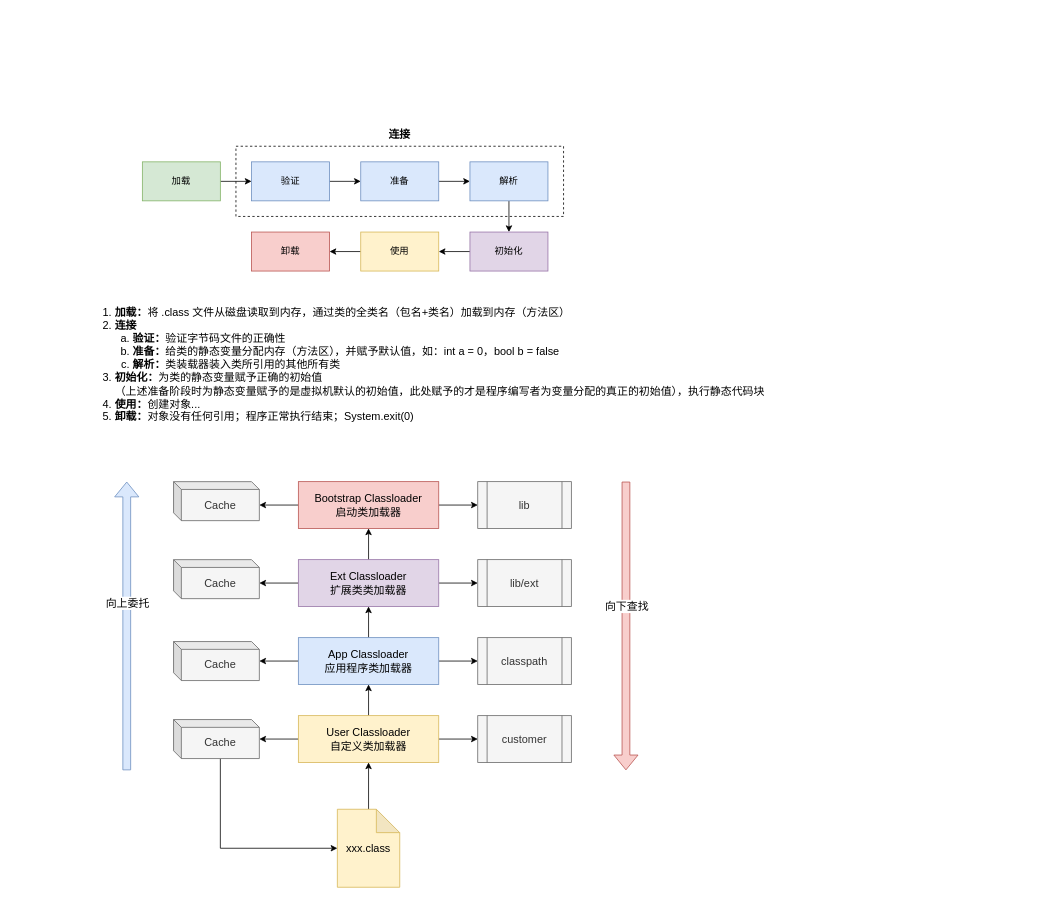
This is jvm/class-loader.drawio from thebesteric/draw.io, a draw.io file, before an edit. Source tidied: cells renumbered, new cells numbered last; positions are measured from the earlier drawing's top-left corner, leaving out a move shared by most shapes. Both pictures are drawn from the tidied source at 78%, with x=0, y=0 at pixel (95, 122).
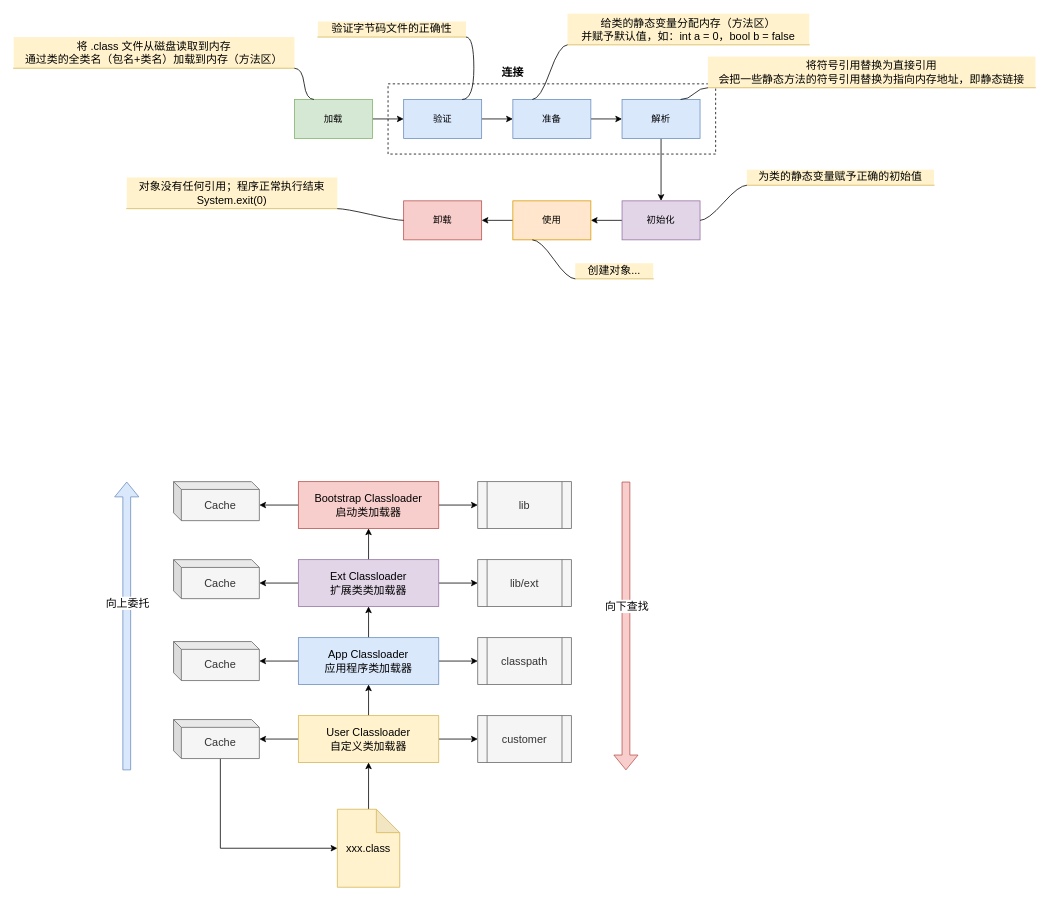
After the change.

What changed in the source:
```diff
@@
     <mxCell id="2" style="rounded=0;whiteSpace=wrap;html=1;dashed=1;" parent="1" vertex="1">
-      <mxGeometry x="180" y="30" width="420" height="90" as="geometry" />
+      <mxGeometry x="375" y="-50" width="420" height="90" as="geometry" />
     </mxCell>
@@
     <mxCell id="4" value="加载" style="rounded=0;whiteSpace=wrap;html=1;fillColor=#d5e8d4;strokeColor=#82b366;" parent="1" vertex="1">
-      <mxGeometry x="60" y="50" width="100" height="50" as="geometry" />
+      <mxGeometry x="255" y="-30" width="100" height="50" as="geometry" />
     </mxCell>
@@
     <mxCell id="6" value="验证" style="rounded=0;whiteSpace=wrap;html=1;fillColor=#dae8fc;strokeColor=#6c8ebf;" parent="1" vertex="1">
-      <mxGeometry x="200" y="50" width="100" height="50" as="geometry" />
+      <mxGeometry x="395" y="-30" width="100" height="50" as="geometry" />
     </mxCell>
@@
     <mxCell id="8" value="准备" style="rounded=0;whiteSpace=wrap;html=1;fillColor=#dae8fc;strokeColor=#6c8ebf;" parent="1" vertex="1">
-      <mxGeometry x="340" y="50" width="100" height="50" as="geometry" />
+      <mxGeometry x="535" y="-30" width="100" height="50" as="geometry" />
     </mxCell>
@@
     <mxCell id="10" value="解析" style="rounded=0;whiteSpace=wrap;html=1;fillColor=#dae8fc;strokeColor=#6c8ebf;" parent="1" vertex="1">
-      <mxGeometry x="480" y="50" width="100" height="50" as="geometry" />
+      <mxGeometry x="675" y="-30" width="100" height="50" as="geometry" />
     </mxCell>
@@
     <mxCell id="12" value="初始化" style="rounded=0;whiteSpace=wrap;html=1;fillColor=#e1d5e7;strokeColor=#9673a6;" parent="1" vertex="1">
-      <mxGeometry x="480" y="140" width="100" height="50" as="geometry" />
+      <mxGeometry x="675" y="100" width="100" height="50" as="geometry" />
     </mxCell>
@@
-    <mxCell id="14" value="使用" style="rounded=0;whiteSpace=wrap;html=1;fillColor=#fff2cc;strokeColor=#d6b656;" parent="1" vertex="1">
-      <mxGeometry x="340" y="140" width="100" height="50" as="geometry" />
+    <mxCell id="14" value="使用" style="rounded=0;whiteSpace=wrap;html=1;fillColor=#ffe6cc;strokeColor=#d79b00;" parent="1" vertex="1">
+      <mxGeometry x="535" y="100" width="100" height="50" as="geometry" />
     </mxCell>
     <mxCell id="15" value="卸载" style="rounded=0;whiteSpace=wrap;html=1;fillColor=#f8cecc;strokeColor=#b85450;" parent="1" vertex="1">
-      <mxGeometry x="200" y="140" width="100" height="50" as="geometry" />
+      <mxGeometry x="395" y="100" width="100" height="50" as="geometry" />
     </mxCell>
     <mxCell id="16" value="连接" style="text;html=1;strokeColor=none;fillColor=none;align=center;verticalAlign=middle;whiteSpace=wrap;rounded=0;dashed=1;fontStyle=1;fontSize=14;" parent="1" vertex="1">
-      <mxGeometry x="360" width="60" height="30" as="geometry" />
+      <mxGeometry x="505" y="-80" width="60" height="30" as="geometry" />
     </mxCell>
-    <mxCell id="17" value="&lt;div class=&quot;lake-content&quot;&gt;&lt;ol class=&quot;ne-ol&quot; style=&quot;margin: 0 ; padding-left: 23px&quot;&gt;&lt;li id=&quot;e01dd4caaf4bbcb19580e761bf207161_li_0&quot;&gt;&lt;strong&gt;加载：&lt;/strong&gt;&lt;span class=&quot;ne-text&quot;&gt;将 .class 文件从磁盘读取到内存，通过类的全类名（包名+类名）加载到内存（方法区）&lt;/span&gt;&lt;/li&gt;&lt;li id=&quot;1376f3cae4efca749c3eb792e5f71e69_li_1&quot;&gt;&lt;strong&gt;连接&lt;/strong&gt;&lt;/li&gt;&lt;/ol&gt;&lt;ol class=&quot;ne-list-wrap&quot; style=&quot;margin: 0 ; padding-left: 23px ; list-style: none&quot;&gt;&lt;ol class=&quot;ne-ol&quot; style=&quot;margin: 0 ; padding-left: 23px ; list-style: lower-alpha&quot;&gt;&lt;li id=&quot;c0ce566b4e61ea8c8279e6e2c2a037f5_li_2&quot;&gt;&lt;strong&gt;验证：&lt;/strong&gt;&lt;span class=&quot;ne-text&quot;&gt;验证字节码文件的正确性&lt;/span&gt;&lt;/li&gt;&lt;li id=&quot;27653aad46146d265d1297ba561fbb0e_li_3&quot;&gt;&lt;strong&gt;准备：&lt;/strong&gt;&lt;span class=&quot;ne-text&quot;&gt;给类的静态变量分配内存（方法区），并赋予默认值，如：int a = 0，bool b = false&lt;/span&gt;&lt;/li&gt;&lt;/ol&gt;&lt;/ol&gt;&lt;ol class=&quot;ne-list-wrap&quot; style=&quot;margin: 0 ; padding-left: 23px ; list-style: none&quot;&gt;&lt;ol start=&quot;3&quot; class=&quot;ne-ol&quot; style=&quot;margin: 0 ; padding-left: 23px ; list-style: lower-alpha&quot;&gt;&lt;li id=&quot;f4ca2ff20ffba264e961633a22337f1b_li_4&quot;&gt;&lt;strong&gt;解析：&lt;/strong&gt;&lt;span class=&quot;ne-text&quot;&gt;类装载器装入类所引用的其他所有类&lt;/span&gt;&lt;/li&gt;&lt;/ol&gt;&lt;/ol&gt;&lt;ol start=&quot;3&quot; class=&quot;ne-ol&quot; style=&quot;margin: 0 ; padding-left: 23px&quot;&gt;&lt;li id=&quot;cc8603f72250bb791c1f71b9885f6fb0_li_5&quot;&gt;&lt;strong&gt;初始化：&lt;/strong&gt;&lt;span class=&quot;ne-text&quot;&gt;为类的静态变量赋予正确的初始值&lt;br&gt;&lt;/span&gt;（上述准备阶段时为静态变量赋予的是虚拟机默认的初始值，此处赋予的才是程序编写者为变量分配的真正的初始值），执行静态代码块&lt;/li&gt;&lt;li id=&quot;52f4c19d991faaf21ce4c8ce4be0ca44_li_6&quot;&gt;&lt;strong&gt;使用：&lt;/strong&gt;&lt;span class=&quot;ne-text&quot;&gt;创建对象...&lt;/span&gt;&lt;/li&gt;&lt;/ol&gt;&lt;ol start=&quot;5&quot; class=&quot;ne-ol&quot; style=&quot;margin: 0 ; padding-left: 23px&quot;&gt;&lt;li id=&quot;da6a18f044af6619fe6505e78f0f56a7_li_7&quot;&gt;&lt;strong&gt;卸载：&lt;/strong&gt;&lt;span class=&quot;ne-text&quot;&gt;对象没有任何引用；程序正常执行结束；System.exit(0)&lt;/span&gt;&lt;/li&gt;&lt;/ol&gt;&lt;/div&gt;" style="text;html=1;align=left;verticalAlign=middle;strokeColor=none;fillColor=none;fontSize=14;" parent="1" vertex="1">
-      <mxGeometry y="230" width="880" height="160" as="geometry" />
-    </mxCell>
@@
+    <mxCell id="48" value="&lt;span style=&quot;font-size: 14px; text-align: left;&quot;&gt;将 .class 文件从磁盘读取到内存&lt;br&gt;通过类的全类名（包名+类名）加载到内存（方法区）&lt;/span&gt;" style="whiteSpace=wrap;html=1;shape=partialRectangle;top=0;left=0;bottom=1;right=0;points=[[0,1],[1,1]];fillColor=#fff2cc;align=center;verticalAlign=bottom;routingCenterY=0.5;snapToPoint=1;newEdgeStyle={&quot;edgeStyle&quot;:&quot;entityRelationEdgeStyle&quot;,&quot;startArrow&quot;:&quot;none&quot;,&quot;endArrow&quot;:&quot;none&quot;,&quot;segment&quot;:10,&quot;curved&quot;:1};strokeColor=#d6b656;" parent="1" vertex="1">
+      <mxGeometry x="-105" y="-110" width="360" height="40" as="geometry" />
+    </mxCell>
+    <mxCell id="49" style="edgeStyle=entityRelationEdgeStyle;startArrow=none;endArrow=none;segment=10;curved=1;rounded=0;fontColor=#000000;exitX=0.25;exitY=0;exitDx=0;exitDy=0;" parent="1" edge="1" source="4" target="48">
+      <mxGeometry relative="1" as="geometry" />
+    </mxCell>
+    <mxCell id="50" value="&lt;span style=&quot;font-size: 14px; text-align: left;&quot;&gt;验证字节码文件的正确性&lt;/span&gt;" style="whiteSpace=wrap;html=1;shape=partialRectangle;top=0;left=0;bottom=1;right=0;points=[[0,1],[1,1]];fillColor=#fff2cc;align=center;verticalAlign=bottom;routingCenterY=0.5;snapToPoint=1;newEdgeStyle={&quot;edgeStyle&quot;:&quot;entityRelationEdgeStyle&quot;,&quot;startArrow&quot;:&quot;none&quot;,&quot;endArrow&quot;:&quot;none&quot;,&quot;segment&quot;:10,&quot;curved&quot;:1};strokeColor=#d6b656;" parent="1" vertex="1">
+      <mxGeometry x="285" y="-130" width="190" height="20" as="geometry" />
+    </mxCell>
+    <mxCell id="51" style="edgeStyle=entityRelationEdgeStyle;startArrow=none;endArrow=none;segment=10;curved=1;rounded=0;fontColor=#000000;exitX=0.75;exitY=0;exitDx=0;exitDy=0;" parent="1" edge="1" source="6" target="50">
+      <mxGeometry relative="1" as="geometry" />
+    </mxCell>
+    <mxCell id="52" value="&lt;span style=&quot;font-size: 14px; text-align: left;&quot;&gt;给类的静态变量分配内存（方法区）&lt;br&gt;并赋予默认值，如：int a = 0，bool b = false&lt;/span&gt;" style="whiteSpace=wrap;html=1;shape=partialRectangle;top=0;left=0;bottom=1;right=0;points=[[0,1],[1,1]];fillColor=#fff2cc;align=center;verticalAlign=bottom;routingCenterY=0.5;snapToPoint=1;newEdgeStyle={&quot;edgeStyle&quot;:&quot;entityRelationEdgeStyle&quot;,&quot;startArrow&quot;:&quot;none&quot;,&quot;endArrow&quot;:&quot;none&quot;,&quot;segment&quot;:10,&quot;curved&quot;:1};strokeColor=#d6b656;" parent="1" vertex="1">
+      <mxGeometry x="605" y="-140" width="310" height="40" as="geometry" />
+    </mxCell>
+    <mxCell id="53" style="edgeStyle=entityRelationEdgeStyle;startArrow=none;endArrow=none;segment=10;curved=1;rounded=0;fontColor=#000000;exitX=0.25;exitY=0;exitDx=0;exitDy=0;" parent="1" edge="1" source="8" target="52">
+      <mxGeometry relative="1" as="geometry" />
+    </mxCell>
+    <mxCell id="54" value="&lt;span style=&quot;font-size: 14px; text-align: left;&quot;&gt;将符号引用替换为直接引用&lt;br&gt;会把一些静态方法的符号引用替换为指向内存地址，即静态链接&lt;br&gt;&lt;/span&gt;" style="whiteSpace=wrap;html=1;shape=partialRectangle;top=0;left=0;bottom=1;right=0;points=[[0,1],[1,1]];fillColor=#fff2cc;align=center;verticalAlign=bottom;routingCenterY=0.5;snapToPoint=1;newEdgeStyle={&quot;edgeStyle&quot;:&quot;entityRelationEdgeStyle&quot;,&quot;startArrow&quot;:&quot;none&quot;,&quot;endArrow&quot;:&quot;none&quot;,&quot;segment&quot;:10,&quot;curved&quot;:1};strokeColor=#d6b656;" parent="1" vertex="1">
+      <mxGeometry x="785" y="-85" width="420" height="40" as="geometry" />
+    </mxCell>
+    <mxCell id="55" style="edgeStyle=entityRelationEdgeStyle;startArrow=none;endArrow=none;segment=10;curved=1;rounded=0;fontColor=#000000;exitX=0.75;exitY=0;exitDx=0;exitDy=0;" parent="1" edge="1" source="10" target="54">
+      <mxGeometry relative="1" as="geometry" />
+    </mxCell>
+    <mxCell id="56" value="&lt;span style=&quot;font-size: 14px; text-align: left;&quot;&gt;为类的静态变量赋予正确的初始值&lt;/span&gt;" style="whiteSpace=wrap;html=1;shape=partialRectangle;top=0;left=0;bottom=1;right=0;points=[[0,1],[1,1]];fillColor=#fff2cc;align=center;verticalAlign=bottom;routingCenterY=0.5;snapToPoint=1;newEdgeStyle={&quot;edgeStyle&quot;:&quot;entityRelationEdgeStyle&quot;,&quot;startArrow&quot;:&quot;none&quot;,&quot;endArrow&quot;:&quot;none&quot;,&quot;segment&quot;:10,&quot;curved&quot;:1};strokeColor=#d6b656;" parent="1" vertex="1">
+      <mxGeometry x="835" y="60" width="240" height="20" as="geometry" />
+    </mxCell>
+    <mxCell id="57" style="edgeStyle=entityRelationEdgeStyle;startArrow=none;endArrow=none;segment=10;curved=1;rounded=0;fontColor=#000000;exitX=1;exitY=0.5;exitDx=0;exitDy=0;" parent="1" edge="1" source="12" target="56">
+      <mxGeometry relative="1" as="geometry" />
+    </mxCell>
+    <mxCell id="58" value="&lt;span style=&quot;font-size: 14px; text-align: left;&quot;&gt;创建对象...&lt;/span&gt;" style="whiteSpace=wrap;html=1;shape=partialRectangle;top=0;left=0;bottom=1;right=0;points=[[0,1],[1,1]];fillColor=#fff2cc;align=center;verticalAlign=bottom;routingCenterY=0.5;snapToPoint=1;newEdgeStyle={&quot;edgeStyle&quot;:&quot;entityRelationEdgeStyle&quot;,&quot;startArrow&quot;:&quot;none&quot;,&quot;endArrow&quot;:&quot;none&quot;,&quot;segment&quot;:10,&quot;curved&quot;:1};strokeColor=#d6b656;" parent="1" vertex="1">
+      <mxGeometry x="615" y="180" width="100" height="20" as="geometry" />
+    </mxCell>
+    <mxCell id="59" style="edgeStyle=entityRelationEdgeStyle;startArrow=none;endArrow=none;segment=10;curved=1;rounded=0;fontColor=#000000;exitX=0.25;exitY=1;exitDx=0;exitDy=0;" parent="1" edge="1" source="14" target="58">
+      <mxGeometry relative="1" as="geometry" />
+    </mxCell>
+    <mxCell id="60" value="&lt;span style=&quot;font-size: 14px; text-align: left;&quot;&gt;对象没有任何引用；程序正常执行结束&lt;br&gt;&lt;/span&gt;&lt;span style=&quot;font-size: 14px; text-align: left;&quot;&gt;System.exit(0)&lt;/span&gt;&lt;span style=&quot;font-size: 14px; text-align: left;&quot;&gt;&lt;br&gt;&lt;/span&gt;" style="whiteSpace=wrap;html=1;shape=partialRectangle;top=0;left=0;bottom=1;right=0;points=[[0,1],[1,1]];fillColor=#fff2cc;align=center;verticalAlign=bottom;routingCenterY=0.5;snapToPoint=1;newEdgeStyle={&quot;edgeStyle&quot;:&quot;entityRelationEdgeStyle&quot;,&quot;startArrow&quot;:&quot;none&quot;,&quot;endArrow&quot;:&quot;none&quot;,&quot;segment&quot;:10,&quot;curved&quot;:1};strokeColor=#d6b656;" parent="1" vertex="1">
+      <mxGeometry x="40" y="70" width="270" height="40" as="geometry" />
+    </mxCell>
+    <mxCell id="61" style="edgeStyle=entityRelationEdgeStyle;startArrow=none;endArrow=none;segment=10;curved=1;rounded=0;fontColor=#000000;exitX=0;exitY=0.5;exitDx=0;exitDy=0;" parent="1" edge="1" source="15" target="60">
+      <mxGeometry relative="1" as="geometry" />
+    </mxCell>
```
